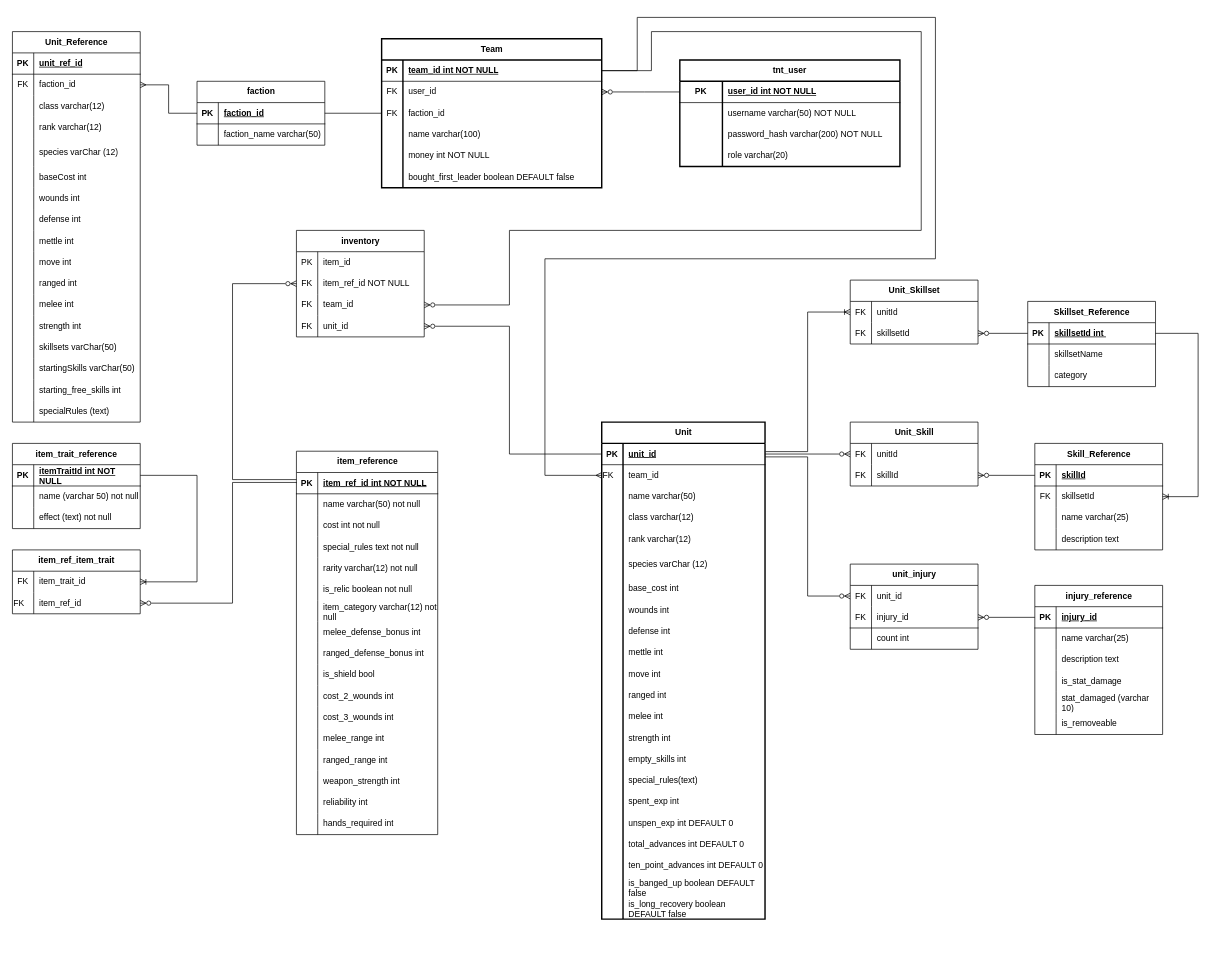
This is Database/databaseERD.drawio from kmeadows3/TnT-Team-Builder, a draw.io file, before an edit. Source tidied: cells renumbered, new cells numbered last; positions are measured from the earlier drawing's top-left corner, leaving out a move shared by most shapes. Both pictures are drawn from the tidied source at 71%, with x=0, y=0 at pixel (12, 17).
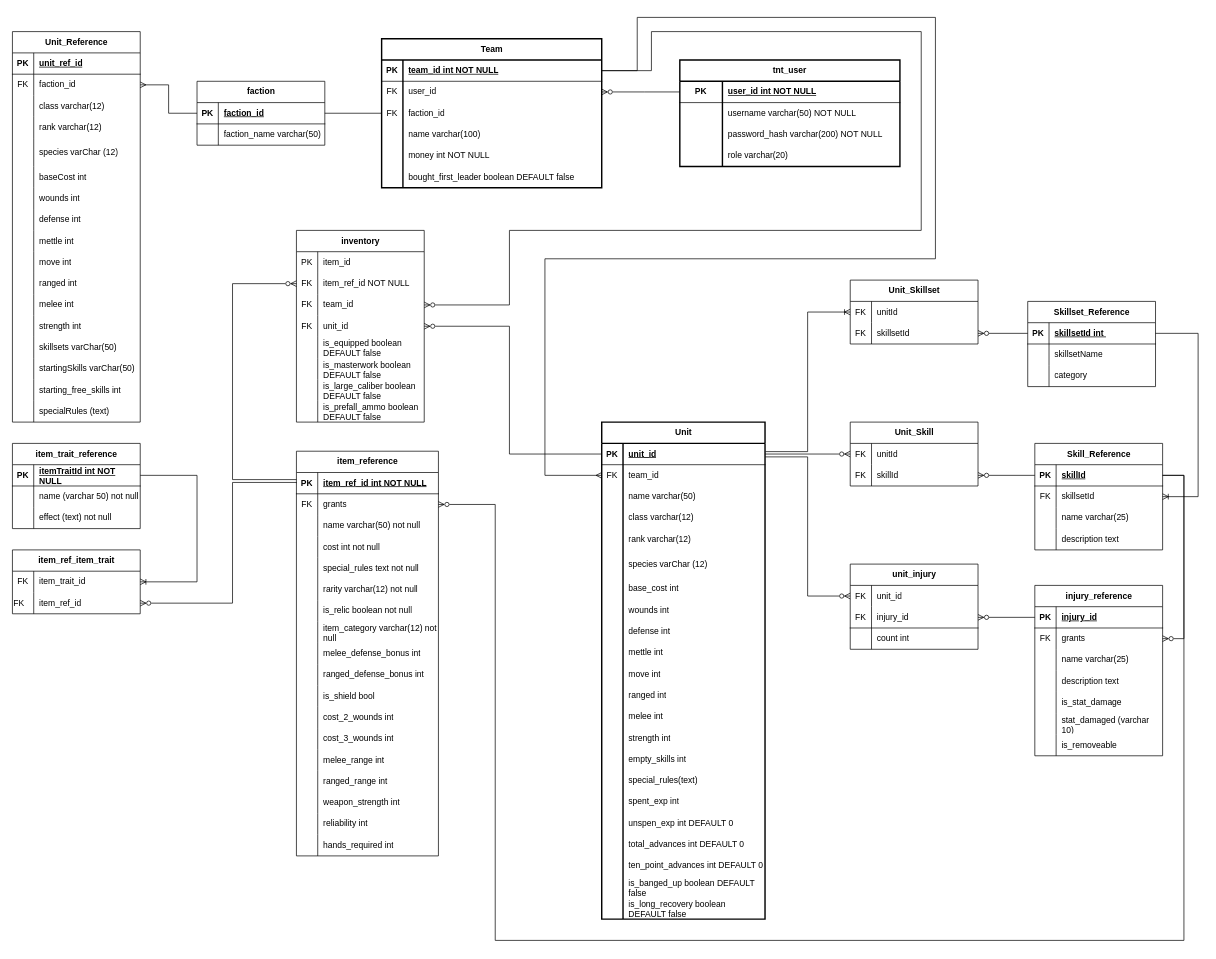
The same diagram, later.

The change refers to these unchanged cells:
```xml
<mxCell id="109" style="shape=tableRow;horizontal=0;startSize=0;swimlaneHead=0;swimlaneBody=0;fillColor=none;points=[[0,0.5],[1,0.5]];portConstraint=eastwest;top=0;left=0;right=0;bottom=0;" parent="105" vertex="1">
  <mxGeometry y="60" width="230" height="30" as="geometry" />
</mxCell>
<mxCell id="217" style="shape=tableRow;horizontal=0;startSize=0;swimlaneHead=0;swimlaneBody=0;fillColor=none;points=[[0,0.5],[1,0.5]];portConstraint=eastwest;top=0;left=0;right=0;bottom=1;" parent="216" vertex="1">
  <mxGeometry y="30" width="180" height="30" as="geometry" />
</mxCell>
```

Diff of the diagram source:
```diff
@@
     <mxCell id="34" value="item_reference" style="shape=table;startSize=30;childLayout=tableLayout;rowLines=0;fontStyle=1;align=center;html=1;" parent="1" vertex="1">
-      <mxGeometry x="400" y="611" width="199" height="540" as="geometry" />
+      <mxGeometry x="400" y="611" width="200" height="570" as="geometry" />
     </mxCell>
     <mxCell id="35" style="shape=tableRow;horizontal=0;startSize=0;swimlaneHead=0;swimlaneBody=0;fillColor=none;points=[[0,0.5],[1,0.5]];portConstraint=eastwest;top=0;left=0;right=0;bottom=1;" parent="34" vertex="1">
-      <mxGeometry y="30" width="199" height="30" as="geometry" />
+      <mxGeometry y="30" width="200" height="30" as="geometry" />
     </mxCell>
@@
     <mxCell id="37" value="item_ref_id int NOT NULL" style="shape=partialRectangle;fillColor=none;top=0;left=0;bottom=0;right=0;align=left;spacingLeft=6;fontStyle=5;overflow=hidden;whiteSpace=wrap;html=1;" parent="35" vertex="1">
-      <mxGeometry x="30" width="169" height="30" as="geometry" />
+      <mxGeometry x="30" width="170" height="30" as="geometry" />
     </mxCell>
+    <mxCell id="324" style="shape=tableRow;horizontal=0;startSize=0;swimlaneHead=0;swimlaneBody=0;fillColor=none;points=[[0,0.5],[1,0.5]];portConstraint=eastwest;top=0;left=0;right=0;bottom=0;" parent="34" vertex="1">
+      <mxGeometry y="60" width="200" height="30" as="geometry" />
+    </mxCell>
+    <mxCell id="325" value="FK" style="shape=partialRectangle;fillColor=none;top=0;left=0;bottom=0;right=0;overflow=hidden;whiteSpace=wrap;html=1;" parent="324" vertex="1">
+      <mxGeometry width="30" height="30" as="geometry" />
+    </mxCell>
+    <mxCell id="326" value="grants" style="shape=partialRectangle;fillColor=none;top=0;left=0;bottom=0;right=0;align=left;spacingLeft=6;overflow=hidden;whiteSpace=wrap;html=1;" parent="324" vertex="1">
+      <mxGeometry x="30" width="170" height="30" as="geometry" />
+    </mxCell>
     <mxCell id="38" style="shape=tableRow;horizontal=0;startSize=0;swimlaneHead=0;swimlaneBody=0;fillColor=none;top=0;left=0;right=0;bottom=0;" parent="34" vertex="1">
-      <mxGeometry y="60" width="199" height="30" as="geometry" />
+      <mxGeometry y="90" width="200" height="30" as="geometry" />
     </mxCell>
@@
     <mxCell id="40" value="name varchar(50) not null" style="shape=partialRectangle;fillColor=none;top=0;left=0;bottom=0;right=0;align=left;spacingLeft=6;overflow=hidden;whiteSpace=wrap;html=1;" parent="38" vertex="1">
-      <mxGeometry x="30" width="169" height="30" as="geometry" />
+      <mxGeometry x="30" width="170" height="30" as="geometry" />
     </mxCell>
     <mxCell id="41" style="shape=tableRow;horizontal=0;startSize=0;swimlaneHead=0;swimlaneBody=0;fillColor=none;top=0;left=0;right=0;bottom=0;" parent="34" vertex="1">
-      <mxGeometry y="90" width="199" height="30" as="geometry" />
+      <mxGeometry y="120" width="200" height="30" as="geometry" />
     </mxCell>
@@
     <mxCell id="43" value="cost int not null" style="shape=partialRectangle;fillColor=none;top=0;left=0;bottom=0;right=0;align=left;spacingLeft=6;overflow=hidden;whiteSpace=wrap;html=1;" parent="41" vertex="1">
-      <mxGeometry x="30" width="169" height="30" as="geometry" />
+      <mxGeometry x="30" width="170" height="30" as="geometry" />
     </mxCell>
     <mxCell id="44" style="shape=tableRow;horizontal=0;startSize=0;swimlaneHead=0;swimlaneBody=0;fillColor=none;top=0;left=0;right=0;bottom=0;" parent="34" vertex="1">
-      <mxGeometry y="120" width="199" height="30" as="geometry" />
+      <mxGeometry y="150" width="200" height="30" as="geometry" />
     </mxCell>
@@
     <mxCell id="46" value="special_rules text not null" style="shape=partialRectangle;fillColor=none;top=0;left=0;bottom=0;right=0;align=left;spacingLeft=6;overflow=hidden;whiteSpace=wrap;html=1;" parent="44" vertex="1">
-      <mxGeometry x="30" width="169" height="30" as="geometry" />
+      <mxGeometry x="30" width="170" height="30" as="geometry" />
     </mxCell>
     <mxCell id="47" style="shape=tableRow;horizontal=0;startSize=0;swimlaneHead=0;swimlaneBody=0;fillColor=none;top=0;left=0;right=0;bottom=0;" parent="34" vertex="1">
-      <mxGeometry y="150" width="199" height="30" as="geometry" />
+      <mxGeometry y="180" width="200" height="30" as="geometry" />
     </mxCell>
@@
     <mxCell id="49" value="rarity varchar(12) not null" style="shape=partialRectangle;fillColor=none;top=0;left=0;bottom=0;right=0;align=left;spacingLeft=6;overflow=hidden;whiteSpace=wrap;html=1;" parent="47" vertex="1">
-      <mxGeometry x="30" width="169" height="30" as="geometry" />
+      <mxGeometry x="30" width="170" height="30" as="geometry" />
     </mxCell>
     <mxCell id="50" style="shape=tableRow;horizontal=0;startSize=0;swimlaneHead=0;swimlaneBody=0;fillColor=none;top=0;left=0;right=0;bottom=0;" parent="34" vertex="1">
-      <mxGeometry y="180" width="199" height="30" as="geometry" />
+      <mxGeometry y="210" width="200" height="30" as="geometry" />
     </mxCell>
@@
     <mxCell id="52" value="is_relic boolean not null" style="shape=partialRectangle;fillColor=none;top=0;left=0;bottom=0;right=0;align=left;spacingLeft=6;overflow=hidden;whiteSpace=wrap;html=1;" parent="50" vertex="1">
-      <mxGeometry x="30" width="169" height="30" as="geometry" />
+      <mxGeometry x="30" width="170" height="30" as="geometry" />
     </mxCell>
     <mxCell id="53" style="shape=tableRow;horizontal=0;startSize=0;swimlaneHead=0;swimlaneBody=0;fillColor=none;top=0;left=0;right=0;bottom=0;" parent="34" vertex="1">
-      <mxGeometry y="210" width="199" height="30" as="geometry" />
+      <mxGeometry y="240" width="200" height="30" as="geometry" />
     </mxCell>
@@
     <mxCell id="55" value="item_category varchar(12) not null" style="shape=partialRectangle;fillColor=none;top=0;left=0;bottom=0;right=0;align=left;spacingLeft=6;overflow=hidden;whiteSpace=wrap;html=1;" parent="53" vertex="1">
-      <mxGeometry x="30" width="169" height="30" as="geometry" />
+      <mxGeometry x="30" width="170" height="30" as="geometry" />
     </mxCell>
     <mxCell id="56" style="shape=tableRow;horizontal=0;startSize=0;swimlaneHead=0;swimlaneBody=0;fillColor=none;top=0;left=0;right=0;bottom=0;" parent="34" vertex="1">
-      <mxGeometry y="240" width="199" height="30" as="geometry" />
+      <mxGeometry y="270" width="200" height="30" as="geometry" />
     </mxCell>
@@
     <mxCell id="58" value="melee_defense_bonus int" style="shape=partialRectangle;fillColor=none;top=0;left=0;bottom=0;right=0;align=left;spacingLeft=6;overflow=hidden;whiteSpace=wrap;html=1;" parent="56" vertex="1">
-      <mxGeometry x="30" width="169" height="30" as="geometry" />
+      <mxGeometry x="30" width="170" height="30" as="geometry" />
     </mxCell>
     <mxCell id="59" style="shape=tableRow;horizontal=0;startSize=0;swimlaneHead=0;swimlaneBody=0;fillColor=none;top=0;left=0;right=0;bottom=0;" parent="34" vertex="1">
-      <mxGeometry y="270" width="199" height="30" as="geometry" />
+      <mxGeometry y="300" width="200" height="30" as="geometry" />
     </mxCell>
@@
     <mxCell id="61" value="ranged_defense_bonus int" style="shape=partialRectangle;fillColor=none;top=0;left=0;bottom=0;right=0;align=left;spacingLeft=6;overflow=hidden;whiteSpace=wrap;html=1;" parent="59" vertex="1">
-      <mxGeometry x="30" width="169" height="30" as="geometry" />
+      <mxGeometry x="30" width="170" height="30" as="geometry" />
     </mxCell>
     <mxCell id="62" style="shape=tableRow;horizontal=0;startSize=0;swimlaneHead=0;swimlaneBody=0;fillColor=none;top=0;left=0;right=0;bottom=0;" parent="34" vertex="1">
-      <mxGeometry y="300" width="199" height="30" as="geometry" />
+      <mxGeometry y="330" width="200" height="30" as="geometry" />
     </mxCell>
@@
     <mxCell id="64" value="is_shield bool" style="shape=partialRectangle;fillColor=none;top=0;left=0;bottom=0;right=0;align=left;spacingLeft=6;overflow=hidden;whiteSpace=wrap;html=1;" parent="62" vertex="1">
-      <mxGeometry x="30" width="169" height="30" as="geometry" />
+      <mxGeometry x="30" width="170" height="30" as="geometry" />
     </mxCell>
     <mxCell id="65" style="shape=tableRow;horizontal=0;startSize=0;swimlaneHead=0;swimlaneBody=0;fillColor=none;top=0;left=0;right=0;bottom=0;" parent="34" vertex="1">
-      <mxGeometry y="330" width="199" height="30" as="geometry" />
+      <mxGeometry y="360" width="200" height="30" as="geometry" />
     </mxCell>
@@
     <mxCell id="67" value="cost_2_wounds int" style="shape=partialRectangle;fillColor=none;top=0;left=0;bottom=0;right=0;align=left;spacingLeft=6;overflow=hidden;whiteSpace=wrap;html=1;" parent="65" vertex="1">
-      <mxGeometry x="30" width="169" height="30" as="geometry" />
+      <mxGeometry x="30" width="170" height="30" as="geometry" />
     </mxCell>
     <mxCell id="68" style="shape=tableRow;horizontal=0;startSize=0;swimlaneHead=0;swimlaneBody=0;fillColor=none;top=0;left=0;right=0;bottom=0;" parent="34" vertex="1">
-      <mxGeometry y="360" width="199" height="30" as="geometry" />
+      <mxGeometry y="390" width="200" height="30" as="geometry" />
     </mxCell>
@@
     <mxCell id="70" value="cost_3_wounds int" style="shape=partialRectangle;fillColor=none;top=0;left=0;bottom=0;right=0;align=left;spacingLeft=6;overflow=hidden;whiteSpace=wrap;html=1;" parent="68" vertex="1">
-      <mxGeometry x="30" width="169" height="30" as="geometry" />
+      <mxGeometry x="30" width="170" height="30" as="geometry" />
     </mxCell>
     <mxCell id="71" style="shape=tableRow;horizontal=0;startSize=0;swimlaneHead=0;swimlaneBody=0;fillColor=none;top=0;left=0;right=0;bottom=0;" parent="34" vertex="1">
-      <mxGeometry y="390" width="199" height="30" as="geometry" />
+      <mxGeometry y="420" width="200" height="30" as="geometry" />
     </mxCell>
@@
     <mxCell id="73" value="melee_range int" style="shape=partialRectangle;fillColor=none;top=0;left=0;bottom=0;right=0;align=left;spacingLeft=6;overflow=hidden;whiteSpace=wrap;html=1;" parent="71" vertex="1">
-      <mxGeometry x="30" width="169" height="30" as="geometry" />
+      <mxGeometry x="30" width="170" height="30" as="geometry" />
     </mxCell>
     <mxCell id="74" style="shape=tableRow;horizontal=0;startSize=0;swimlaneHead=0;swimlaneBody=0;fillColor=none;top=0;left=0;right=0;bottom=0;" parent="34" vertex="1">
-      <mxGeometry y="420" width="199" height="30" as="geometry" />
+      <mxGeometry y="450" width="200" height="30" as="geometry" />
     </mxCell>
@@
     <mxCell id="76" value="ranged_range int" style="shape=partialRectangle;fillColor=none;top=0;left=0;bottom=0;right=0;align=left;spacingLeft=6;overflow=hidden;whiteSpace=wrap;html=1;" parent="74" vertex="1">
-      <mxGeometry x="30" width="169" height="30" as="geometry" />
+      <mxGeometry x="30" width="170" height="30" as="geometry" />
     </mxCell>
     <mxCell id="77" style="shape=tableRow;horizontal=0;startSize=0;swimlaneHead=0;swimlaneBody=0;fillColor=none;top=0;left=0;right=0;bottom=0;" parent="34" vertex="1">
-      <mxGeometry y="450" width="199" height="30" as="geometry" />
+      <mxGeometry y="480" width="200" height="30" as="geometry" />
     </mxCell>
@@
     <mxCell id="79" value="weapon_strength int" style="shape=partialRectangle;fillColor=none;top=0;left=0;bottom=0;right=0;align=left;spacingLeft=6;overflow=hidden;whiteSpace=wrap;html=1;" parent="77" vertex="1">
-      <mxGeometry x="30" width="169" height="30" as="geometry" />
+      <mxGeometry x="30" width="170" height="30" as="geometry" />
     </mxCell>
     <mxCell id="80" style="shape=tableRow;horizontal=0;startSize=0;swimlaneHead=0;swimlaneBody=0;fillColor=none;top=0;left=0;right=0;bottom=0;" parent="34" vertex="1">
-      <mxGeometry y="480" width="199" height="30" as="geometry" />
+      <mxGeometry y="510" width="200" height="30" as="geometry" />
     </mxCell>
@@
     <mxCell id="82" value="reliability int" style="shape=partialRectangle;fillColor=none;top=0;left=0;bottom=0;right=0;align=left;spacingLeft=6;overflow=hidden;whiteSpace=wrap;html=1;" parent="80" vertex="1">
-      <mxGeometry x="30" width="169" height="30" as="geometry" />
+      <mxGeometry x="30" width="170" height="30" as="geometry" />
     </mxCell>
     <mxCell id="83" style="shape=tableRow;horizontal=0;startSize=0;swimlaneHead=0;swimlaneBody=0;fillColor=none;top=0;left=0;right=0;bottom=0;" parent="34" vertex="1">
-      <mxGeometry y="510" width="199" height="30" as="geometry" />
+      <mxGeometry y="540" width="200" height="30" as="geometry" />
     </mxCell>
@@
     <mxCell id="85" value="hands_required int" style="shape=partialRectangle;fillColor=none;top=0;left=0;bottom=0;right=0;align=left;spacingLeft=6;overflow=hidden;whiteSpace=wrap;html=1;" parent="83" vertex="1">
-      <mxGeometry x="30" width="169" height="30" as="geometry" />
+      <mxGeometry x="30" width="170" height="30" as="geometry" />
     </mxCell>
@@
-    <mxCell id="110" value="FK&lt;span style=&quot;white-space: pre;&quot;&gt;&#9;&lt;/span&gt;" style="shape=partialRectangle;fillColor=none;top=0;left=0;bottom=0;right=0;overflow=hidden;whiteSpace=wrap;html=1;" parent="109" vertex="1">
+    <mxCell id="110" value="FK" style="shape=partialRectangle;fillColor=none;top=0;left=0;bottom=0;right=0;overflow=hidden;whiteSpace=wrap;html=1;" parent="109" vertex="1">
       <mxGeometry width="30" height="30" as="geometry" />
     </mxCell>
@@
     <mxCell id="173" value="inventory" style="shape=table;startSize=30;childLayout=tableLayout;rowLines=0;fontStyle=1;align=center;html=1;" parent="1" vertex="1">
-      <mxGeometry x="400" y="300" width="180" height="150" as="geometry" />
+      <mxGeometry x="400" y="300" width="180" height="270" as="geometry" />
     </mxCell>
@@
+    <mxCell id="327" style="shape=tableRow;horizontal=0;startSize=0;swimlaneHead=0;swimlaneBody=0;fillColor=none;top=0;left=0;right=0;bottom=0;" parent="173" vertex="1">
+      <mxGeometry y="150" width="180" height="30" as="geometry" />
+    </mxCell>
+    <mxCell id="328" style="shape=partialRectangle;fillColor=none;top=0;left=0;bottom=0;right=0;overflow=hidden;whiteSpace=wrap;html=1;" parent="327" vertex="1">
+      <mxGeometry width="30" height="30" as="geometry" />
+    </mxCell>
+    <mxCell id="329" value="&lt;div&gt;is_equipped boolean DEFAULT false&lt;/div&gt;" style="shape=partialRectangle;fillColor=none;top=0;left=0;bottom=0;right=0;align=left;spacingLeft=6;overflow=hidden;whiteSpace=wrap;html=1;" parent="327" vertex="1">
+      <mxGeometry x="30" width="150" height="30" as="geometry" />
+    </mxCell>
+    <mxCell id="330" style="shape=tableRow;horizontal=0;startSize=0;swimlaneHead=0;swimlaneBody=0;fillColor=none;top=0;left=0;right=0;bottom=0;" parent="173" vertex="1">
+      <mxGeometry y="180" width="180" height="30" as="geometry" />
+    </mxCell>
+    <mxCell id="331" style="shape=partialRectangle;fillColor=none;top=0;left=0;bottom=0;right=0;overflow=hidden;whiteSpace=wrap;html=1;" parent="330" vertex="1">
+      <mxGeometry width="30" height="30" as="geometry" />
+    </mxCell>
+    <mxCell id="332" value="is_masterwork boolean DEFAULT false" style="shape=partialRectangle;fillColor=none;top=0;left=0;bottom=0;right=0;align=left;spacingLeft=6;overflow=hidden;whiteSpace=wrap;html=1;" parent="330" vertex="1">
+      <mxGeometry x="30" width="150" height="30" as="geometry" />
+    </mxCell>
+    <mxCell id="333" style="shape=tableRow;horizontal=0;startSize=0;swimlaneHead=0;swimlaneBody=0;fillColor=none;top=0;left=0;right=0;bottom=0;" parent="173" vertex="1">
+      <mxGeometry y="210" width="180" height="30" as="geometry" />
+    </mxCell>
+    <mxCell id="334" style="shape=partialRectangle;fillColor=none;top=0;left=0;bottom=0;right=0;overflow=hidden;whiteSpace=wrap;html=1;" parent="333" vertex="1">
+      <mxGeometry width="30" height="30" as="geometry" />
+    </mxCell>
+    <mxCell id="335" value="is_large_caliber boolean DEFAULT false" style="shape=partialRectangle;fillColor=none;top=0;left=0;bottom=0;right=0;align=left;spacingLeft=6;overflow=hidden;whiteSpace=wrap;html=1;" parent="333" vertex="1">
+      <mxGeometry x="30" width="150" height="30" as="geometry" />
+    </mxCell>
+    <mxCell id="336" style="shape=tableRow;horizontal=0;startSize=0;swimlaneHead=0;swimlaneBody=0;fillColor=none;top=0;left=0;right=0;bottom=0;" parent="173" vertex="1">
+      <mxGeometry y="240" width="180" height="30" as="geometry" />
+    </mxCell>
+    <mxCell id="337" style="shape=partialRectangle;fillColor=none;top=0;left=0;bottom=0;right=0;overflow=hidden;whiteSpace=wrap;html=1;" parent="336" vertex="1">
+      <mxGeometry width="30" height="30" as="geometry" />
+    </mxCell>
+    <mxCell id="338" value="is_prefall_ammo boolean DEFAULT false" style="shape=partialRectangle;fillColor=none;top=0;left=0;bottom=0;right=0;align=left;spacingLeft=6;overflow=hidden;whiteSpace=wrap;html=1;" parent="336" vertex="1">
+      <mxGeometry x="30" width="150" height="30" as="geometry" />
+    </mxCell>
@@
     <mxCell id="303" value="injury_reference" style="shape=table;startSize=30;childLayout=tableLayout;rowLines=0;fontStyle=1;align=center;html=1;" parent="1" vertex="1">
-      <mxGeometry x="1440" y="800" width="180" height="210" as="geometry" />
+      <mxGeometry x="1440" y="800" width="180" height="240" as="geometry" />
     </mxCell>
@@
+    <mxCell id="339" style="shape=tableRow;horizontal=0;startSize=0;swimlaneHead=0;swimlaneBody=0;fillColor=none;points=[[0,0.5],[1,0.5]];portConstraint=eastwest;top=0;left=0;right=0;bottom=0;" parent="303" vertex="1">
+      <mxGeometry y="60" width="180" height="30" as="geometry" />
+    </mxCell>
+    <mxCell id="340" value="FK" style="shape=partialRectangle;fillColor=none;top=0;left=0;bottom=0;right=0;overflow=hidden;whiteSpace=wrap;html=1;" parent="339" vertex="1">
+      <mxGeometry width="30" height="30" as="geometry" />
+    </mxCell>
+    <mxCell id="341" value="grants" style="shape=partialRectangle;fillColor=none;top=0;left=0;bottom=0;right=0;align=left;spacingLeft=6;overflow=hidden;whiteSpace=wrap;html=1;" parent="339" vertex="1">
+      <mxGeometry x="30" width="150" height="30" as="geometry" />
+    </mxCell>
     <mxCell id="307" style="shape=tableRow;horizontal=0;startSize=0;swimlaneHead=0;swimlaneBody=0;fillColor=none;top=0;left=0;right=0;bottom=0;" parent="303" vertex="1">
-      <mxGeometry y="60" width="180" height="30" as="geometry" />
+      <mxGeometry y="90" width="180" height="30" as="geometry" />
     </mxCell>
@@
     <mxCell id="310" style="shape=tableRow;horizontal=0;startSize=0;swimlaneHead=0;swimlaneBody=0;fillColor=none;top=0;left=0;right=0;bottom=0;" parent="303" vertex="1">
-      <mxGeometry y="90" width="180" height="30" as="geometry" />
+      <mxGeometry y="120" width="180" height="30" as="geometry" />
     </mxCell>
@@
     <mxCell id="313" style="shape=tableRow;horizontal=0;startSize=0;swimlaneHead=0;swimlaneBody=0;fillColor=none;top=0;left=0;right=0;bottom=0;" parent="303" vertex="1">
-      <mxGeometry y="120" width="180" height="30" as="geometry" />
+      <mxGeometry y="150" width="180" height="30" as="geometry" />
     </mxCell>
@@
     <mxCell id="316" style="shape=tableRow;horizontal=0;startSize=0;swimlaneHead=0;swimlaneBody=0;fillColor=none;top=0;left=0;right=0;bottom=0;" parent="303" vertex="1">
-      <mxGeometry y="150" width="180" height="30" as="geometry" />
+      <mxGeometry y="180" width="180" height="30" as="geometry" />
     </mxCell>
@@
     <mxCell id="319" style="shape=tableRow;horizontal=0;startSize=0;swimlaneHead=0;swimlaneBody=0;fillColor=none;top=0;left=0;right=0;bottom=0;" parent="303" vertex="1">
-      <mxGeometry y="180" width="180" height="30" as="geometry" />
+      <mxGeometry y="210" width="180" height="30" as="geometry" />
     </mxCell>
@@
+    <mxCell id="342" style="edgeStyle=orthogonalEdgeStyle;rounded=0;jettySize=auto;html=1;entryX=1;entryY=0.5;entryDx=0;entryDy=0;endArrow=none;endFill=0;startArrow=ERzeroToMany;startFill=0;exitX=1;exitY=0.5;exitDx=0;exitDy=0;" parent="1" edge="1" source="339" target="217">
+      <mxGeometry relative="1" as="geometry">
+        <Array as="points">
+          <mxPoint x="1650" y="875" />
+          <mxPoint x="1650" y="645" />
+        </Array>
+      </mxGeometry>
+    </mxCell>
+    <mxCell id="343" style="edgeStyle=orthogonalEdgeStyle;rounded=0;jettySize=auto;html=1;entryX=1;entryY=0.5;entryDx=0;entryDy=0;exitX=1;exitY=0.5;exitDx=0;exitDy=0;endArrow=none;endFill=0;startArrow=ERzeroToMany;startFill=0;" parent="1" edge="1" source="324" target="217">
+      <mxGeometry relative="1" as="geometry">
+        <Array as="points">
+          <mxPoint x="680" y="686" />
+          <mxPoint x="680" y="1300" />
+          <mxPoint x="1650" y="1300" />
+          <mxPoint x="1650" y="645" />
+        </Array>
+      </mxGeometry>
+    </mxCell>
```
